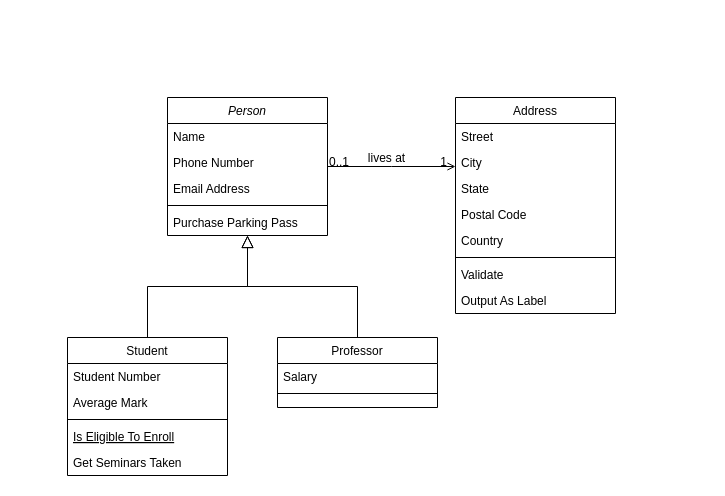
Before: Untitled Diagram.drawio in Lavie92/AnonymousChat, a draw.io diagram. Source tidied: cells renumbered, new cells numbered last; positions are measured from the earlier drawing's top-left corner, leaving out a move shared by most shapes. Both pictures are drawn from the tidied source at 100%, with x=0, y=0 at pixel (67, 97).
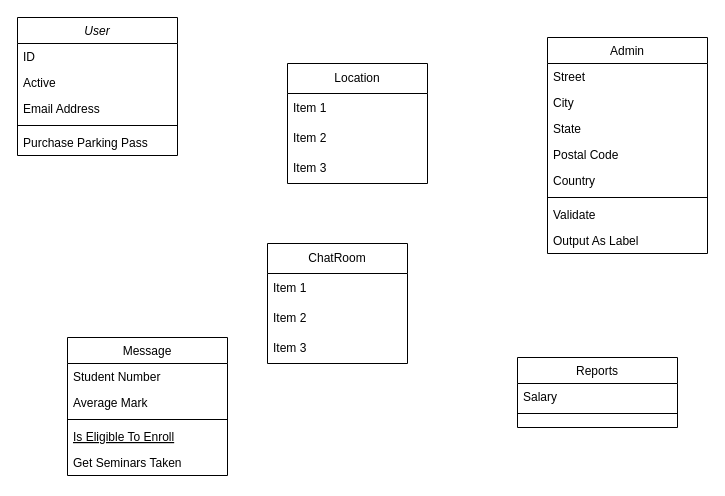
The same diagram, later.

What changed in the source:
```diff
@@
-    <mxCell id="2" value="Person" style="swimlane;fontStyle=2;align=center;verticalAlign=top;horizontal=1;startSize=26;rounded=0;shadow=0;strokeWidth=1;" parent="1" vertex="1">
-      <mxGeometry x="100" width="160" height="138" as="geometry" />
+    <mxCell id="2" value="User" style="swimlane;fontStyle=2;align=center;verticalAlign=top;horizontal=1;startSize=26;rounded=0;shadow=0;strokeWidth=1;" parent="1" vertex="1">
+      <mxGeometry x="-50" y="-80" width="160" height="138" as="geometry" />
     </mxCell>
-    <mxCell id="3" value="Name" style="text;align=left;verticalAlign=top;spacingLeft=4;spacingRight=4;overflow=hidden;" parent="2" vertex="1">
+    <mxCell id="3" value="ID   " style="text;align=left;verticalAlign=top;spacingLeft=4;spacingRight=4;overflow=hidden;" parent="2" vertex="1">
       <mxGeometry y="26" width="160" height="26" as="geometry" />
     </mxCell>
-    <mxCell id="4" value="Phone Number" style="text;align=left;verticalAlign=top;spacingLeft=4;spacingRight=4;overflow=hidden;rounded=0;shadow=0;html=0;" parent="2" vertex="1">
+    <mxCell id="4" value="Active" style="text;align=left;verticalAlign=top;spacingLeft=4;spacingRight=4;overflow=hidden;rounded=0;shadow=0;html=0;" parent="2" vertex="1">
       <mxGeometry y="52" width="160" height="26" as="geometry" />
     </mxCell>
@@
-    <mxCell id="8" value="Student" style="swimlane;fontStyle=0;align=center;verticalAlign=top;horizontal=1;startSize=26;rounded=0;shadow=0;strokeWidth=1;" parent="1" vertex="1">
+    <mxCell id="8" value="Message&#10;" style="swimlane;fontStyle=0;align=center;verticalAlign=top;horizontal=1;startSize=26;rounded=0;shadow=0;strokeWidth=1;" parent="1" vertex="1">
       <mxGeometry y="240" width="160" height="138" as="geometry" />
     </mxCell>
@@
-    <mxCell id="14" style="endArrow=block;endSize=10;endFill=0;shadow=0;strokeWidth=1;rounded=0;edgeStyle=elbowEdgeStyle;elbow=vertical;" parent="1" edge="1" source="8" target="2">
-      <mxGeometry relative="1" as="geometry" />
-    </mxCell>
-    <mxCell id="15" value="Professor" style="swimlane;fontStyle=0;align=center;verticalAlign=top;horizontal=1;startSize=26;rounded=0;shadow=0;strokeWidth=1;" parent="1" vertex="1">
-      <mxGeometry x="210" y="240" width="160" height="70" as="geometry" />
+    <mxCell id="15" value="Reports" style="swimlane;fontStyle=0;align=center;verticalAlign=top;horizontal=1;startSize=26;rounded=0;shadow=0;strokeWidth=1;" parent="1" vertex="1">
+      <mxGeometry x="450" y="260" width="160" height="70" as="geometry" />
     </mxCell>
@@
-    <mxCell id="18" style="endArrow=block;endSize=10;endFill=0;shadow=0;strokeWidth=1;rounded=0;edgeStyle=elbowEdgeStyle;elbow=vertical;" parent="1" edge="1" source="15" target="2">
-      <mxGeometry relative="1" as="geometry" />
-    </mxCell>
-    <mxCell id="19" value="Address" style="swimlane;fontStyle=0;align=center;verticalAlign=top;horizontal=1;startSize=26;rounded=0;shadow=0;strokeWidth=1;" parent="1" vertex="1">
-      <mxGeometry x="388" width="160" height="216" as="geometry" />
+    <mxCell id="19" value="Admin" style="swimlane;fontStyle=0;align=center;verticalAlign=top;horizontal=1;startSize=26;rounded=0;shadow=0;strokeWidth=1;" parent="1" vertex="1">
+      <mxGeometry x="480" y="-60" width="160" height="216" as="geometry" />
     </mxCell>
@@
-    <mxCell id="28" style="endArrow=open;shadow=0;strokeWidth=1;rounded=0;endFill=1;edgeStyle=elbowEdgeStyle;elbow=vertical;" parent="1" edge="1" source="2" target="19">
-      <mxGeometry x="0.5" y="41" relative="1" as="geometry">
-        <mxPoint x="-40" y="32" as="offset" />
-      </mxGeometry>
-    </mxCell>
-    <mxCell id="29" value="0..1" style="align=left;verticalAlign=bottom;labelBackgroundColor=none;fontSize=12;" parent="28" vertex="1">
-      <mxGeometry x="-1" relative="1" as="geometry">
-        <mxPoint y="4" as="offset" />
-      </mxGeometry>
-    </mxCell>
-    <mxCell id="30" value="1" style="align=right;verticalAlign=bottom;labelBackgroundColor=none;fontSize=12;" parent="28" vertex="1">
-      <mxGeometry x="1" relative="1" as="geometry">
-        <mxPoint x="-7" y="4" as="offset" />
-      </mxGeometry>
-    </mxCell>
-    <mxCell id="31" value="lives at" style="text;html=1;align=center;verticalAlign=middle;labelBackgroundColor=none;rounded=0;shadow=0;strokeWidth=1;fontSize=12;" parent="28" vertex="1">
-      <mxGeometry x="0.5" y="49" relative="1" as="geometry">
-        <mxPoint x="-38" y="40" as="offset" />
-      </mxGeometry>
-    </mxCell>
+    <mxCell id="32" value="ChatRoom" style="swimlane;fontStyle=0;horizontal=1;startSize=30;whiteSpace=wrap;html=1;" parent="1" vertex="1">
+      <mxGeometry x="200" y="146" width="140" height="120" as="geometry" />
+    </mxCell>
+    <mxCell id="33" value="Item 1" style="text;strokeColor=none;fillColor=none;align=left;verticalAlign=middle;spacingLeft=4;spacingRight=4;overflow=hidden;whiteSpace=wrap;html=1;" parent="32" vertex="1">
+      <mxGeometry y="30" width="140" height="30" as="geometry" />
+    </mxCell>
+    <mxCell id="34" value="Item 2" style="text;strokeColor=none;fillColor=none;align=left;verticalAlign=middle;spacingLeft=4;spacingRight=4;overflow=hidden;whiteSpace=wrap;html=1;" parent="32" vertex="1">
+      <mxGeometry y="60" width="140" height="30" as="geometry" />
+    </mxCell>
+    <mxCell id="35" value="Item 3" style="text;strokeColor=none;fillColor=none;align=left;verticalAlign=middle;spacingLeft=4;spacingRight=4;overflow=hidden;whiteSpace=wrap;html=1;" parent="32" vertex="1">
+      <mxGeometry y="90" width="140" height="30" as="geometry" />
+    </mxCell>
+    <mxCell id="36" value="Location" style="swimlane;fontStyle=0;horizontal=1;startSize=30;whiteSpace=wrap;html=1;" parent="1" vertex="1">
+      <mxGeometry x="220" y="-34" width="140" height="120" as="geometry" />
+    </mxCell>
+    <mxCell id="37" value="Item 1" style="text;strokeColor=none;fillColor=none;align=left;verticalAlign=middle;spacingLeft=4;spacingRight=4;overflow=hidden;whiteSpace=wrap;html=1;" parent="36" vertex="1">
+      <mxGeometry y="30" width="140" height="30" as="geometry" />
+    </mxCell>
+    <mxCell id="38" value="Item 2" style="text;strokeColor=none;fillColor=none;align=left;verticalAlign=middle;spacingLeft=4;spacingRight=4;overflow=hidden;whiteSpace=wrap;html=1;" parent="36" vertex="1">
+      <mxGeometry y="60" width="140" height="30" as="geometry" />
+    </mxCell>
+    <mxCell id="39" value="Item 3" style="text;strokeColor=none;fillColor=none;align=left;verticalAlign=middle;spacingLeft=4;spacingRight=4;overflow=hidden;whiteSpace=wrap;html=1;" parent="36" vertex="1">
+      <mxGeometry y="90" width="140" height="30" as="geometry" />
+    </mxCell>
```
